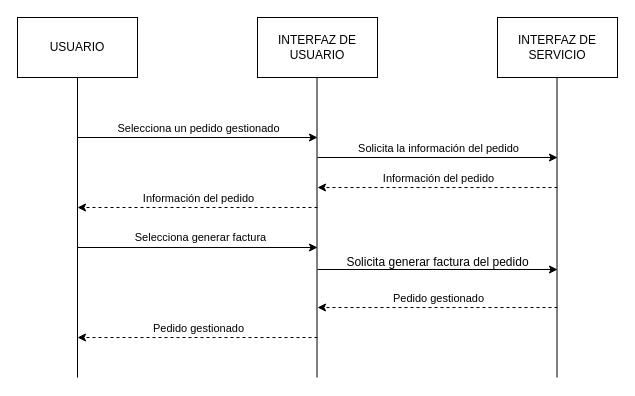
Above: diagrams/secuencia/DS-011.drawio in ClaudiaOviedoGovantes/ComercialPostigo (draw.io), before the change. Source tidied: cells renumbered, new cells numbered last; positions are measured from the earlier drawing's top-left corner, leaving out a move shared by most shapes. Both pictures are drawn from the tidied source at 100%, with x=0, y=0 at pixel (17, 17).
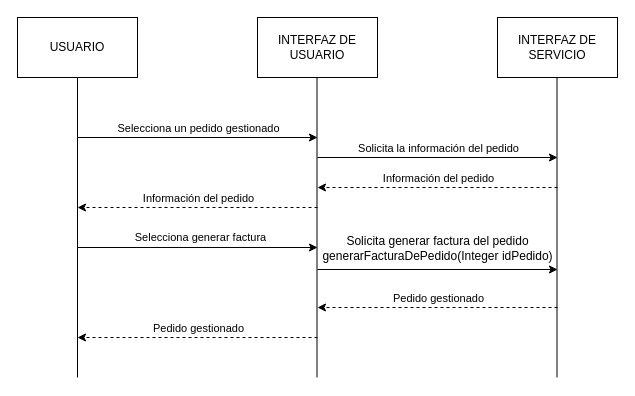
The same diagram, later.

Diff of the diagram source:
```diff
@@
-    <mxCell id="15" value="Solicita generar factura del pedido" style="text;html=1;align=center;verticalAlign=middle;strokeColor=none;fillColor=none;" parent="1" vertex="1">
-      <mxGeometry x="315" y="230" width="210" height="30" as="geometry" />
+    <mxCell id="15" value="Solicita generar factura del pedido&lt;div&gt;generarFacturaDePedido(Integer idPedido)&lt;/div&gt;" style="text;html=1;align=center;verticalAlign=middle;strokeColor=none;fillColor=none;" parent="1" vertex="1">
+      <mxGeometry x="296" y="210" width="248" height="41" as="geometry" />
     </mxCell>
```
